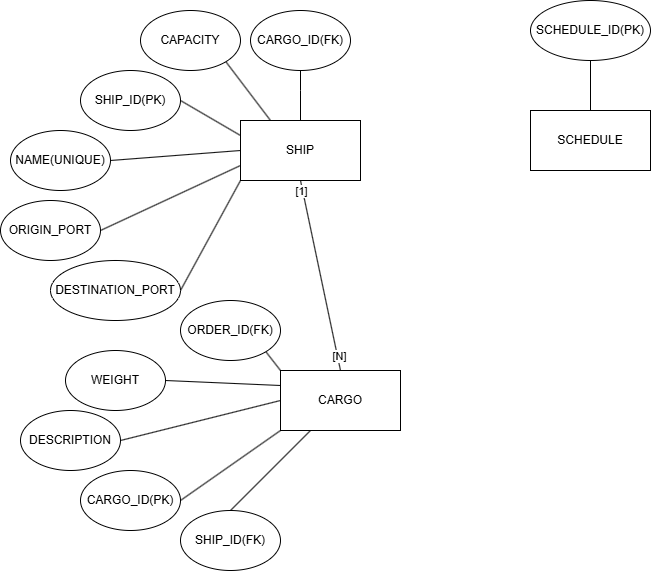
This is PortManagment.drawio.png from DarthRomolus/CarGarage, a draw.io export, as it was before one commit. Source tidied: cells renumbered, new cells last; positions are measured from the earlier drawing's top-left corner, leaving out a move shared by most shapes.
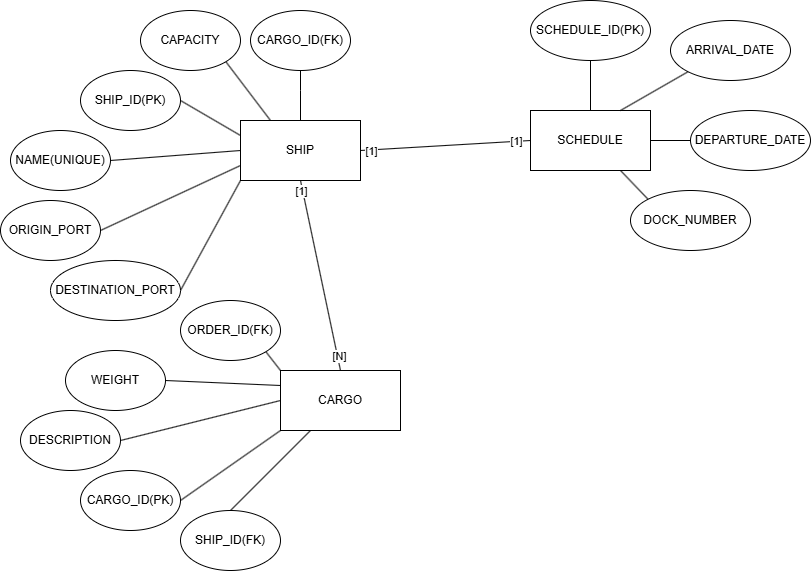
Later version of the same file.

What changed in the source:
```diff
@@ -92,11 +92,40 @@
     <mxCell id="29" style="edgeStyle=none;shape=connector;rounded=0;jettySize=auto;html=1;exitX=0.5;exitY=0;exitDx=0;exitDy=0;entryX=0.5;entryY=1;entryDx=0;entryDy=0;strokeColor=default;align=center;verticalAlign=middle;fontFamily=Helvetica;fontSize=11;fontColor=default;labelBackgroundColor=default;startFill=0;endArrow=none;" parent="1" edge="1" source="30" target="31">
       <mxGeometry relative="1" as="geometry" />
     </mxCell>
+    <mxCell id="32" style="edgeStyle=none;shape=connector;rounded=0;jettySize=auto;html=1;exitX=0;exitY=0.5;exitDx=0;exitDy=0;entryX=1;entryY=0.5;entryDx=0;entryDy=0;strokeColor=default;align=center;verticalAlign=middle;fontFamily=Helvetica;fontSize=11;fontColor=default;labelBackgroundColor=default;startFill=0;endArrow=none;" parent="1" edge="1" source="30" target="11">
+      <mxGeometry relative="1" as="geometry" />
+    </mxCell>
+    <mxCell id="33" value="[1]" style="edgeLabel;html=1;align=center;verticalAlign=middle;fontFamily=Helvetica;fontSize=11;fontColor=default;labelBackgroundColor=default;" parent="32" vertex="1">
+      <mxGeometry x="0.48" relative="1" as="geometry">
+        <mxPoint x="-34" y="3" as="offset" />
+      </mxGeometry>
+    </mxCell>
+    <mxCell id="34" value="[1]" style="edgeLabel;html=1;align=center;verticalAlign=middle;fontFamily=Helvetica;fontSize=11;fontColor=default;labelBackgroundColor=default;" parent="32" vertex="1">
+      <mxGeometry x="-0.82" relative="1" as="geometry" />
+    </mxCell>
     <mxCell id="30" value="SCHEDULE" style="rounded=0;whiteSpace=wrap;html=1;" parent="1" vertex="1">
       <mxGeometry x="530" y="110" width="120" height="60" as="geometry" />
     </mxCell>
     <mxCell id="31" value="SCHEDULE_ID(PK)" style="ellipse;whiteSpace=wrap;html=1;" parent="1" vertex="1">
       <mxGeometry x="530" width="120" height="60" as="geometry" />
     </mxCell>
+    <mxCell id="35" style="edgeStyle=none;shape=connector;rounded=0;jettySize=auto;html=1;exitX=0;exitY=1;exitDx=0;exitDy=0;entryX=0.75;entryY=0;entryDx=0;entryDy=0;strokeColor=default;align=center;verticalAlign=middle;fontFamily=Helvetica;fontSize=11;fontColor=default;labelBackgroundColor=default;startFill=0;endArrow=none;" parent="1" edge="1" source="36" target="30">
+      <mxGeometry relative="1" as="geometry" />
+    </mxCell>
+    <mxCell id="36" value="ARRIVAL_DATE" style="ellipse;whiteSpace=wrap;html=1;" parent="1" vertex="1">
+      <mxGeometry x="670" y="20" width="120" height="60" as="geometry" />
+    </mxCell>
+    <mxCell id="37" style="edgeStyle=none;shape=connector;rounded=0;jettySize=auto;html=1;exitX=0;exitY=0.5;exitDx=0;exitDy=0;entryX=1;entryY=0.5;entryDx=0;entryDy=0;strokeColor=default;align=center;verticalAlign=middle;fontFamily=Helvetica;fontSize=11;fontColor=default;labelBackgroundColor=default;startFill=0;endArrow=none;" parent="1" edge="1" source="38" target="30">
+      <mxGeometry relative="1" as="geometry" />
+    </mxCell>
+    <mxCell id="38" value="DEPARTURE_DATE" style="ellipse;whiteSpace=wrap;html=1;" parent="1" vertex="1">
+      <mxGeometry x="690" y="110" width="120" height="60" as="geometry" />
+    </mxCell>
+    <mxCell id="39" style="edgeStyle=none;shape=connector;rounded=0;jettySize=auto;html=1;exitX=0;exitY=0;exitDx=0;exitDy=0;entryX=0.75;entryY=1;entryDx=0;entryDy=0;strokeColor=default;align=center;verticalAlign=middle;fontFamily=Helvetica;fontSize=11;fontColor=default;labelBackgroundColor=default;startFill=0;endArrow=none;" parent="1" edge="1" source="40" target="30">
+      <mxGeometry relative="1" as="geometry" />
+    </mxCell>
+    <mxCell id="40" value="DOCK_NUMBER" style="ellipse;whiteSpace=wrap;html=1;" parent="1" vertex="1">
+      <mxGeometry x="630" y="190" width="120" height="60" as="geometry" />
+    </mxCell>
   </root>
 </mxGraphModel>
```
